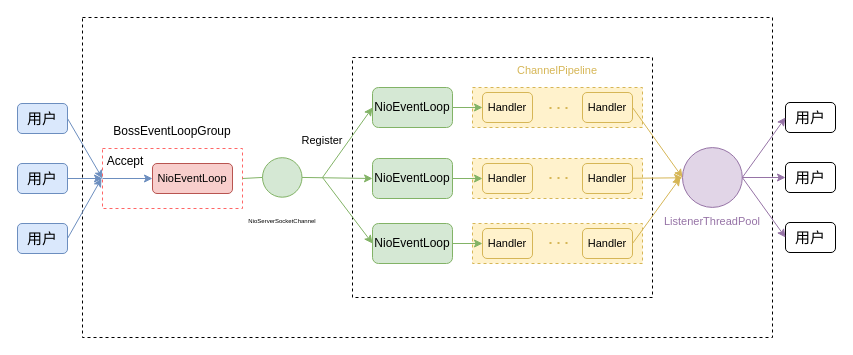
Above: page "Page-1" (1 of 2) of Thread demo.drawio in GeorgeI997/web-vpn (draw.io), before the change. Source tidied: cells renumbered, new cells numbered last; positions are measured from the earlier drawing's top-left corner, leaving out a move shared by most shapes. Both pictures are drawn from the tidied source at 100%, with x=0, y=0 at pixel (17, 17).
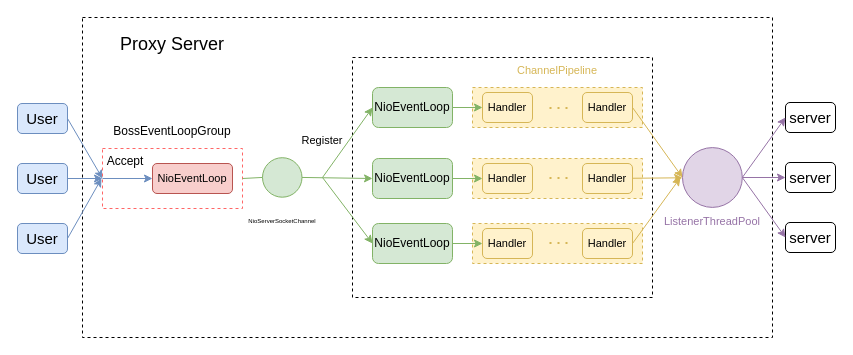
After the change.

What changed in the source:
```diff
@@
-    <mxCell id="7" value="用户" style="rounded=1;whiteSpace=wrap;html=1;fontSize=15;shadow=0;sketch=0;glass=0;fillColor=#dae8fc;strokeColor=#6c8ebf;" parent="1" vertex="1">
+    <mxCell id="7" value="User" style="rounded=1;whiteSpace=wrap;html=1;fontSize=15;shadow=0;sketch=0;glass=0;fillColor=#dae8fc;strokeColor=#6c8ebf;" parent="1" vertex="1">
       <mxGeometry y="86" width="50" height="30" as="geometry" />
     </mxCell>
@@
-    <mxCell id="9" value="用户" style="rounded=1;whiteSpace=wrap;html=1;fontSize=15;shadow=0;sketch=0;glass=0;fillColor=#dae8fc;strokeColor=#6c8ebf;" parent="1" vertex="1">
+    <mxCell id="9" value="User" style="rounded=1;whiteSpace=wrap;html=1;fontSize=15;shadow=0;sketch=0;glass=0;fillColor=#dae8fc;strokeColor=#6c8ebf;" parent="1" vertex="1">
       <mxGeometry y="146" width="50" height="30" as="geometry" />
     </mxCell>
@@
-    <mxCell id="11" value="用户" style="rounded=1;whiteSpace=wrap;html=1;fontSize=15;shadow=0;sketch=0;glass=0;fillColor=#dae8fc;strokeColor=#6c8ebf;" parent="1" vertex="1">
+    <mxCell id="11" value="User" style="rounded=1;whiteSpace=wrap;html=1;fontSize=15;shadow=0;sketch=0;glass=0;fillColor=#dae8fc;strokeColor=#6c8ebf;" parent="1" vertex="1">
       <mxGeometry y="206" width="50" height="30" as="geometry" />
     </mxCell>
@@
-    <mxCell id="45" value="用户" style="rounded=1;whiteSpace=wrap;html=1;fontSize=15;shadow=0;sketch=0;glass=0;" parent="1" vertex="1">
+    <mxCell id="45" value="server" style="rounded=1;whiteSpace=wrap;html=1;fontSize=15;shadow=0;sketch=0;glass=0;" parent="1" vertex="1">
       <mxGeometry x="768" y="85" width="50" height="30" as="geometry" />
     </mxCell>
-    <mxCell id="46" value="用户" style="rounded=1;whiteSpace=wrap;html=1;fontSize=15;shadow=0;sketch=0;glass=0;" parent="1" vertex="1">
+    <mxCell id="46" value="server" style="rounded=1;whiteSpace=wrap;html=1;fontSize=15;shadow=0;sketch=0;glass=0;" parent="1" vertex="1">
       <mxGeometry x="768" y="145" width="50" height="30" as="geometry" />
     </mxCell>
-    <mxCell id="47" value="用户" style="rounded=1;whiteSpace=wrap;html=1;fontSize=15;shadow=0;sketch=0;glass=0;" parent="1" vertex="1">
+    <mxCell id="47" value="server" style="rounded=1;whiteSpace=wrap;html=1;fontSize=15;shadow=0;sketch=0;glass=0;" parent="1" vertex="1">
       <mxGeometry x="768" y="205" width="50" height="30" as="geometry" />
     </mxCell>
@@
+    <mxCell id="52" value="&lt;font style=&quot;font-size: 18px&quot;&gt;Proxy Server&lt;/font&gt;" style="rounded=0;whiteSpace=wrap;html=1;dashed=1;gradientColor=none;fillColor=none;strokeColor=none;fontFamily=Helvetica;fontSize=7;" parent="1" vertex="1">
+      <mxGeometry x="95" y="14" width="120" height="26" as="geometry" />
+    </mxCell>
```
